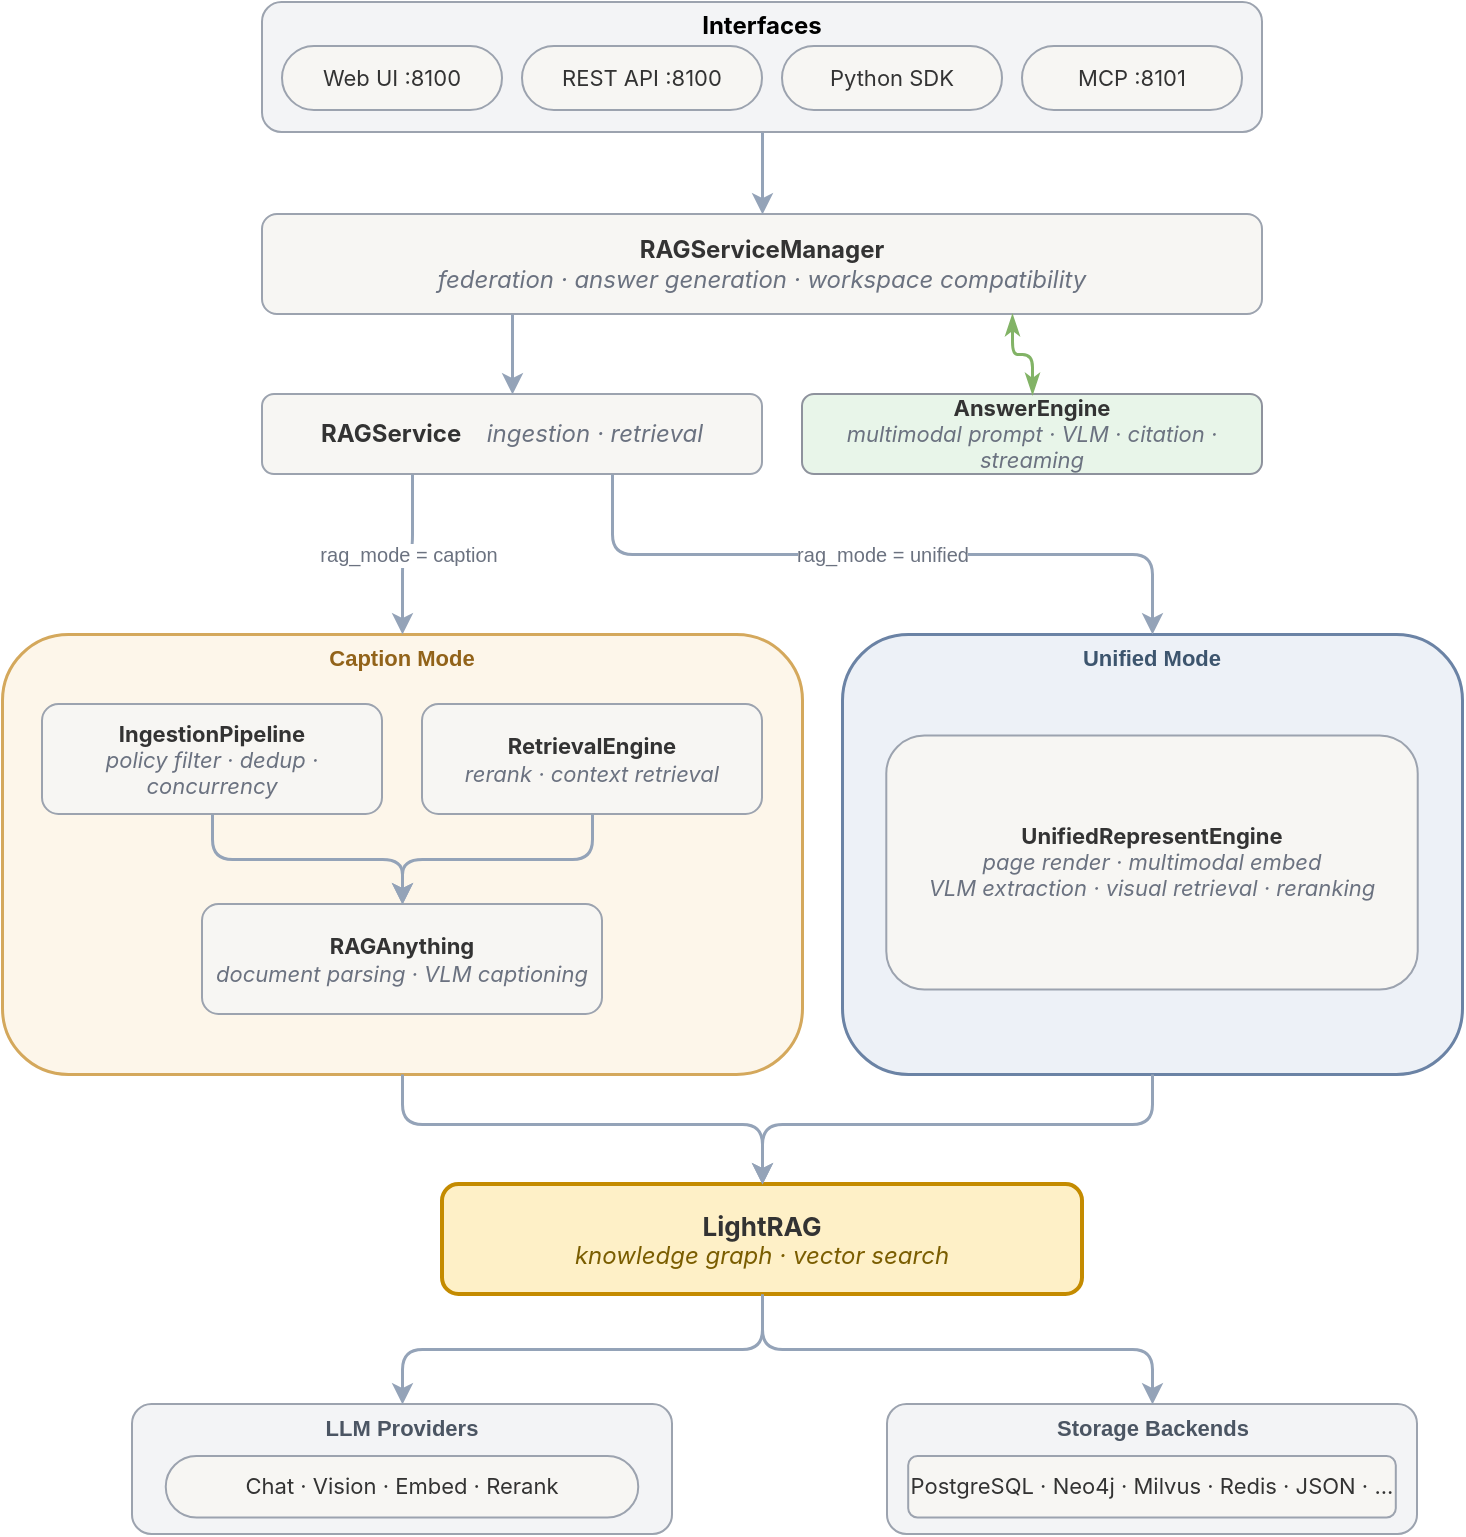
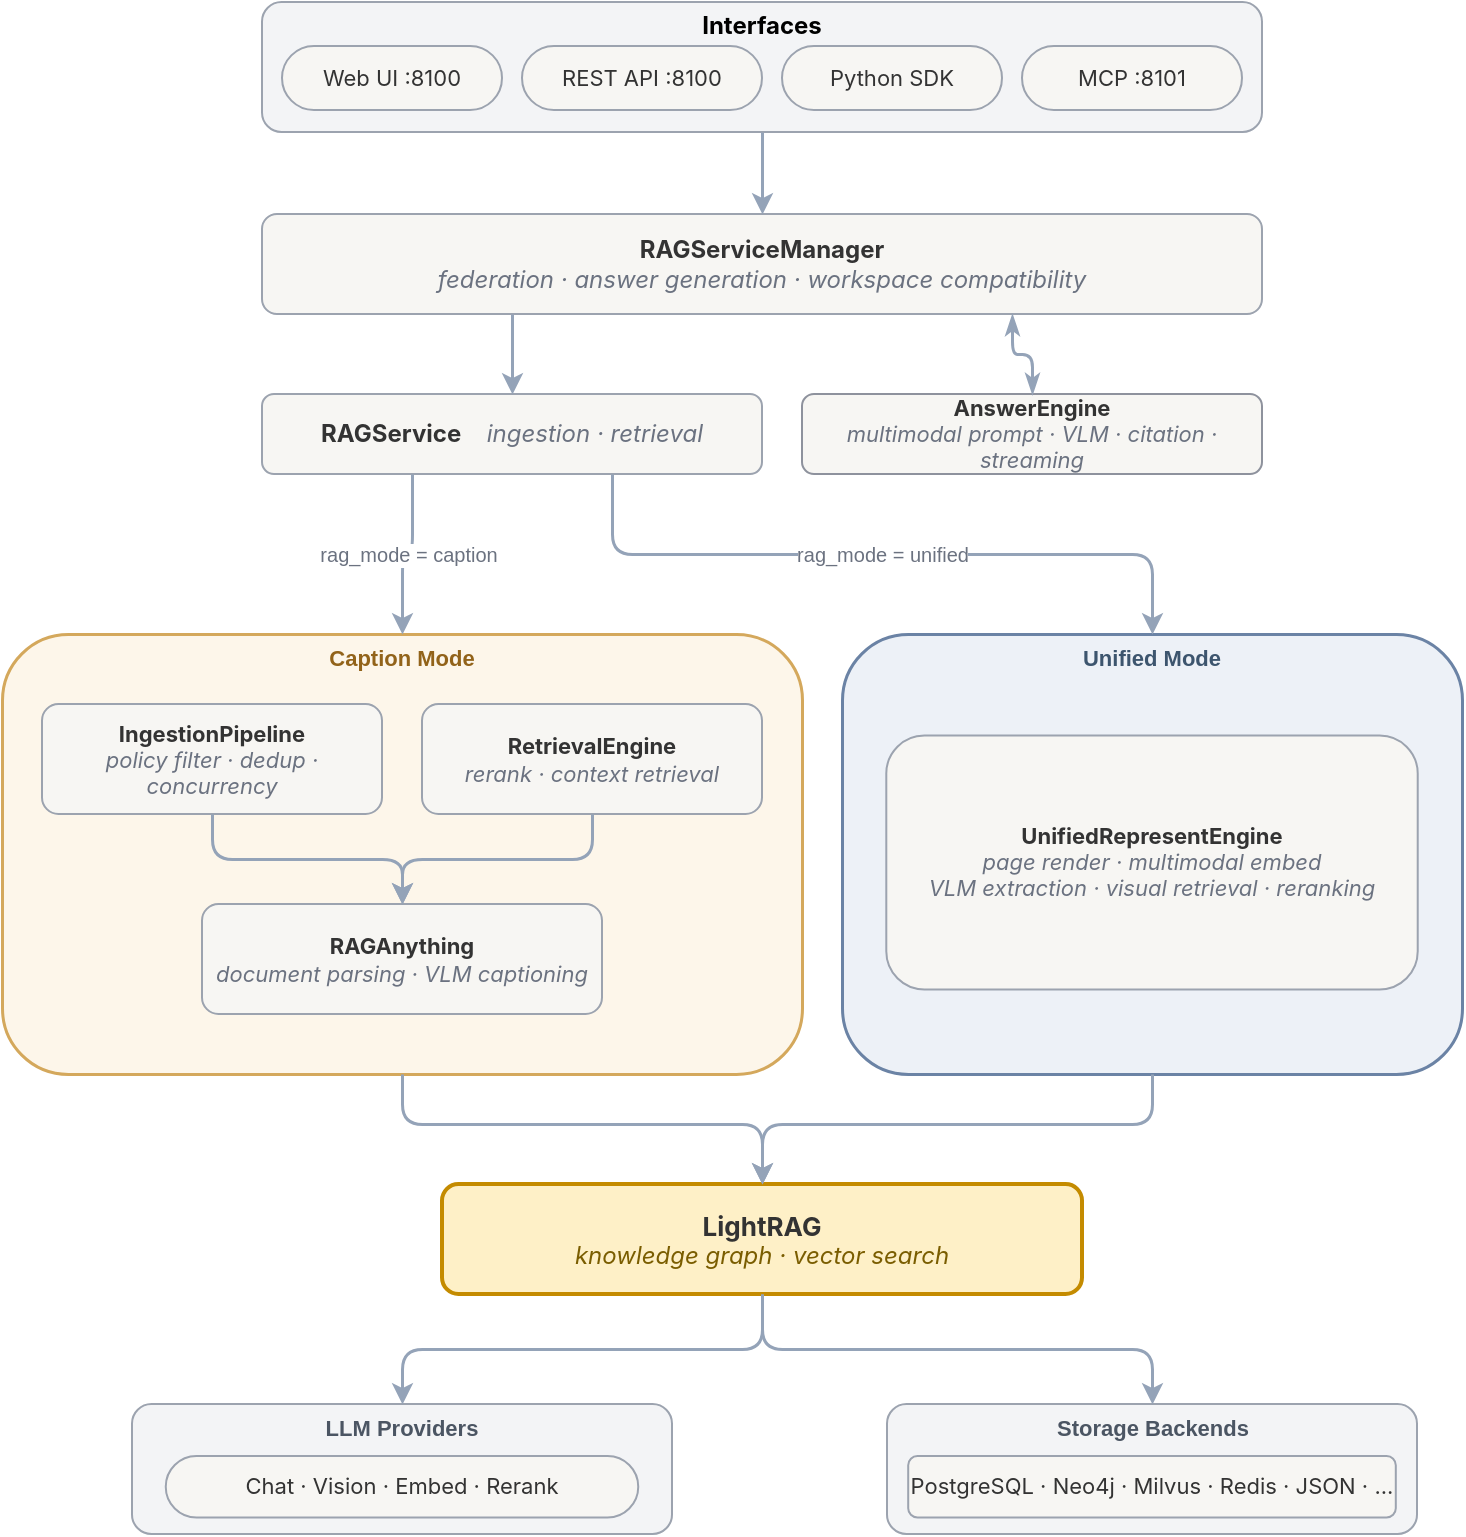
<mxfile host="Electron" agent="Mozilla/5.0 (Macintosh; Intel Mac OS X 10_15_7) AppleWebKit/537.36 (KHTML, like Gecko) draw.io/29.6.1 Chrome/142.0.7444.265 Electron/39.8.0 Safari/537.36" version="29.6.1">
  <diagram name="DlightRAG Architecture" id="arch">
-     <mxGraphModel dx="649" dy="822" grid="1" gridSize="10" guides="1" tooltips="1" connect="1" arrows="1" fold="1" page="0" pageScale="1" pageWidth="850" pageHeight="1100" math="0" shadow="0">
+     <mxGraphModel dx="949" dy="1016" grid="1" gridSize="10" guides="1" tooltips="1" connect="1" arrows="1" fold="1" page="0" pageScale="1" pageWidth="850" pageHeight="1100" math="0" shadow="0">
      <root>
        <mxCell id="0" />
        <mxCell id="1" parent="0" />
        <mxCell id="interfaces" parent="1" style="rounded=1;whiteSpace=wrap;html=1;fillColor=#f3f4f6;strokeColor=#9ca3af;strokeWidth=1;verticalAlign=top;spacingTop=-2;container=1;collapsible=0;fontColor=#4b5563;" value="&lt;font face=&quot;Inter&quot; style=&quot;color: rgb(0, 0, 0);&quot;&gt;&lt;b style=&quot;&quot;&gt;Interfaces&lt;/b&gt;&lt;/font&gt;" vertex="1">
          <mxGeometry height="65" width="500" x="200" y="-6" as="geometry" />
        </mxCell>
        <mxCell id="webui" parent="interfaces" style="rounded=1;whiteSpace=wrap;html=1;fillColor=#f7f6f3;strokeColor=#9ca3af;fontSize=11;fontFamily=Inter;arcSize=50;fontColor=#333333;" value="Web UI :8100" vertex="1">
          <mxGeometry height="32" width="110" x="10" y="22" as="geometry" />
        </mxCell>
        <mxCell id="rest" parent="interfaces" style="rounded=1;whiteSpace=wrap;html=1;fillColor=#f7f6f3;strokeColor=#9ca3af;fontSize=11;fontFamily=Inter;arcSize=50;fontColor=#333333;" value="REST API :8100" vertex="1">
          <mxGeometry height="32" width="120" x="130" y="22" as="geometry" />
        </mxCell>
        <mxCell id="sdk" parent="interfaces" style="rounded=1;whiteSpace=wrap;html=1;fillColor=#f7f6f3;strokeColor=#9ca3af;fontSize=11;fontFamily=Inter;arcSize=50;fontColor=#333333;" value="Python SDK" vertex="1">
          <mxGeometry height="32" width="110" x="260" y="22" as="geometry" />
        </mxCell>
        <mxCell id="mcp" parent="interfaces" style="rounded=1;whiteSpace=wrap;html=1;fillColor=#f7f6f3;strokeColor=#9ca3af;fontSize=11;fontFamily=Inter;arcSize=50;fontColor=#333333;" value="MCP :8101" vertex="1">
          <mxGeometry height="32" width="110" x="380" y="22" as="geometry" />
        </mxCell>
        <mxCell id="rsm" parent="1" style="rounded=1;whiteSpace=wrap;html=1;fillColor=#f7f6f3;strokeColor=#9ca3af;fontSize=12;fontFamily=Inter;fontColor=#333333;" value="&lt;b&gt;RAGServiceManager&lt;/b&gt;&lt;br&gt;&lt;i style=&#39;color:#6b7280&#39;&gt;federation · answer generation · workspace compatibility&lt;/i&gt;" vertex="1">
          <mxGeometry height="50" width="500" x="200" y="100" as="geometry" />
        </mxCell>
-         <mxCell id="ae" parent="1" style="rounded=1;whiteSpace=wrap;html=1;fillColor=light-dark(#e8f5e9, #f7f6f2);strokeColor=#8E929D;strokeWidth=1;fontSize=11;fontFamily=Inter;fontColor=#333333;" value="&lt;b&gt;AnswerEngine&lt;/b&gt;&lt;br&gt;&lt;i style=&quot;color:#6b7280&quot;&gt;multimodal prompt · VLM · citation · streaming&lt;/i&gt;" vertex="1">
+         <mxCell id="ae" parent="1" style="rounded=1;whiteSpace=wrap;html=1;fillColor=#F7F6F3;strokeColor=#8E929D;strokeWidth=1;fontSize=11;fontFamily=Inter;fontColor=#333333;" value="&lt;b&gt;AnswerEngine&lt;/b&gt;&lt;br&gt;&lt;i style=&quot;color:#6b7280&quot;&gt;multimodal prompt · VLM · citation · streaming&lt;/i&gt;" vertex="1">
          <mxGeometry height="40" width="230" x="470" y="190" as="geometry" />
        </mxCell>
        <mxCell id="rs" parent="1" style="rounded=1;whiteSpace=wrap;html=1;fillColor=#f7f6f3;strokeColor=#9ca3af;fontSize=12;fontFamily=Inter;fontColor=#333333;" value="&lt;b&gt;RAGService&lt;/b&gt; &amp;ensp; &lt;i style=&#39;color:#6b7280&#39;&gt;ingestion · retrieval&lt;/i&gt;" vertex="1">
          <mxGeometry height="40" width="250" x="200" y="190" as="geometry" />
        </mxCell>
        <mxCell id="caption" parent="1" style="rounded=1;whiteSpace=wrap;html=1;fillColor=#fdf6ea;strokeColor=#d4a85c;strokeWidth=1.5;verticalAlign=top;spacingTop=-2;container=1;collapsible=0;fontColor=#92631a;" value="&lt;b style=&#39;font-size:11px;color:#92631a&#39;&gt;Caption Mode&lt;/b&gt;" vertex="1">
          <mxGeometry height="220" width="400" x="70" y="310" as="geometry" />
        </mxCell>
        <mxCell id="ip" parent="caption" style="rounded=1;whiteSpace=wrap;html=1;fillColor=#f7f6f3;strokeColor=#9ca3af;fontSize=11;fontFamily=Inter;fontColor=#333333;" value="&lt;b&gt;IngestionPipeline&lt;/b&gt;&lt;br&gt;&lt;i style=&#39;color:#6b7280&#39;&gt;policy filter · dedup · concurrency&lt;/i&gt;" vertex="1">
          <mxGeometry height="55" width="170" x="20" y="35" as="geometry" />
        </mxCell>
        <mxCell id="re" parent="caption" style="rounded=1;whiteSpace=wrap;html=1;fillColor=#f7f6f3;strokeColor=#9ca3af;fontSize=11;fontFamily=Inter;fontColor=#333333;" value="&lt;b&gt;RetrievalEngine&lt;/b&gt;&lt;br&gt;&lt;i style=&#39;color:#6b7280&#39;&gt;rerank · context retrieval&lt;/i&gt;" vertex="1">
          <mxGeometry height="55" width="170" x="210" y="35" as="geometry" />
        </mxCell>
        <mxCell id="ra" parent="caption" style="rounded=1;whiteSpace=wrap;html=1;fillColor=#f7f6f3;strokeColor=#9ca3af;fontSize=11;fontFamily=Inter;fontColor=#333333;" value="&lt;b&gt;RAGAnything&lt;/b&gt;&lt;br&gt;&lt;i style=&#39;color:#6b7280&#39;&gt;document parsing · VLM captioning&lt;/i&gt;" vertex="1">
          <mxGeometry height="55" width="200" x="100" y="135" as="geometry" />
        </mxCell>
        <mxCell id="e5" edge="1" parent="caption" source="ip" style="edgeStyle=orthogonalEdgeStyle;rounded=1;orthogonalLoop=1;jettySize=auto;html=1;strokeColor=#94a3b8;strokeWidth=1.5;exitX=0.5;exitY=1;exitDx=0;exitDy=0;entryX=0.5;entryY=0;entryDx=0;entryDy=0;" target="ra">
          <mxGeometry relative="1" as="geometry" />
        </mxCell>
        <mxCell id="e6" edge="1" parent="caption" source="re" style="edgeStyle=orthogonalEdgeStyle;rounded=1;orthogonalLoop=1;jettySize=auto;html=1;strokeColor=#94a3b8;strokeWidth=1.5;exitX=0.5;exitY=1;exitDx=0;exitDy=0;entryX=0.5;entryY=0;entryDx=0;entryDy=0;" target="ra">
          <mxGeometry relative="1" as="geometry" />
        </mxCell>
        <mxCell id="unified" parent="1" style="rounded=1;whiteSpace=wrap;html=1;fillColor=#edf1f7;strokeColor=#6b83a5;strokeWidth=1.5;verticalAlign=top;spacingTop=-2;container=1;collapsible=0;fontColor=#3d556e;" value="&lt;b style=&#39;font-size:11px;color:#3d556e&#39;&gt;Unified Mode&lt;/b&gt;" vertex="1">
          <mxGeometry height="220" width="310" x="490" y="310" as="geometry" />
        </mxCell>
        <mxCell id="ure" parent="unified" style="rounded=1;whiteSpace=wrap;html=1;fillColor=#f7f6f3;strokeColor=#9ca3af;fontSize=11;fontFamily=Inter;fontColor=#333333;" value="&lt;b&gt;UnifiedRepresentEngine&lt;/b&gt;&lt;br&gt;&lt;i style=&#39;color:#6b7280&#39;&gt;page render · multimodal embed&lt;br&gt;VLM extraction · visual retrieval · reranking&lt;/i&gt;" vertex="1">
          <mxGeometry height="126.9230769230769" width="265.7142857142857" x="22.142857142857146" y="50.76923076923077" as="geometry" />
        </mxCell>
        <mxCell id="lr" parent="1" style="rounded=1;whiteSpace=wrap;html=1;fillColor=#fef0c7;strokeColor=#c48b00;strokeWidth=2;fontSize=12;fontFamily=Inter;fontColor=#333333;" value="&lt;b style=&#39;font-size:13px&#39;&gt;LightRAG&lt;/b&gt;&lt;br&gt;&lt;i style=&#39;color:#7a5d00&#39;&gt;knowledge graph · vector search&lt;/i&gt;" vertex="1">
          <mxGeometry height="55" width="320" x="290" y="585" as="geometry" />
        </mxCell>
        <mxCell id="providers" parent="1" style="rounded=1;whiteSpace=wrap;html=1;fillColor=#f3f4f6;strokeColor=#9ca3af;strokeWidth=1;verticalAlign=top;spacingTop=-2;container=1;collapsible=0;fontColor=#4b5563;" value="&lt;b style=&#39;font-size:11px;color:#4b5563&#39;&gt;LLM Providers&lt;/b&gt;" vertex="1">
          <mxGeometry height="65" width="270" x="135" y="695" as="geometry" />
        </mxCell>
        <mxCell id="p" parent="providers" style="rounded=1;whiteSpace=wrap;html=1;fillColor=#f7f6f3;strokeColor=#9ca3af;fontSize=11;fontFamily=Inter;arcSize=50;fontColor=#333333;" value="Chat · Vision · Embed · Rerank" vertex="1">
          <mxGeometry height="30.72727272727273" width="236.25" x="16.875" y="26" as="geometry" />
        </mxCell>
        <mxCell id="storage" parent="1" style="rounded=1;whiteSpace=wrap;html=1;fillColor=#f3f4f6;strokeColor=#9ca3af;strokeWidth=1;verticalAlign=top;spacingTop=-2;container=1;collapsible=0;fontColor=#4b5563;" value="&lt;b style=&#39;font-size:11px;color:#4b5563&#39;&gt;Storage Backends&lt;/b&gt;" vertex="1">
          <mxGeometry height="65" width="265" x="512.5" y="695" as="geometry" />
        </mxCell>
        <mxCell id="s" parent="storage" style="rounded=1;whiteSpace=wrap;html=1;fillColor=#f7f6f3;strokeColor=#9ca3af;fontSize=11;fontFamily=Inter;fontColor=#333333;" value="PostgreSQL · Neo4j · Milvus · Redis · JSON · ..." vertex="1">
          <mxGeometry height="30.72727272727273" width="243.8" x="10.600000000000001" y="26" as="geometry" />
        </mxCell>
        <mxCell id="e1" edge="1" parent="1" source="interfaces" style="edgeStyle=orthogonalEdgeStyle;rounded=1;orthogonalLoop=1;jettySize=auto;html=1;strokeColor=#94a3b8;strokeWidth=1.5;exitX=0.5;exitY=1;exitDx=0;exitDy=0;entryX=0.5;entryY=0;entryDx=0;entryDy=0;" target="rsm">
          <mxGeometry relative="1" as="geometry" />
        </mxCell>
        <mxCell id="e2" edge="1" parent="1" source="rsm" style="edgeStyle=orthogonalEdgeStyle;rounded=1;orthogonalLoop=1;jettySize=auto;html=1;strokeColor=#94a3b8;strokeWidth=1.5;exitX=0.25;exitY=1;exitDx=0;exitDy=0;entryX=0.5;entryY=0;entryDx=0;entryDy=0;" target="rs">
          <mxGeometry relative="1" as="geometry" />
        </mxCell>
        <mxCell id="e3" edge="1" parent="1" source="rs" style="edgeStyle=orthogonalEdgeStyle;rounded=1;orthogonalLoop=1;jettySize=auto;html=1;strokeColor=#94a3b8;strokeWidth=1.5;fontSize=10;fontColor=#6b7280;exitX=0.3;exitY=1;exitDx=0;exitDy=0;entryX=0.5;entryY=0;entryDx=0;entryDy=0;" target="caption" value="rag_mode = caption">
          <mxGeometry relative="1" as="geometry" />
        </mxCell>
        <mxCell id="e4" edge="1" parent="1" source="rs" style="edgeStyle=orthogonalEdgeStyle;rounded=1;orthogonalLoop=1;jettySize=auto;html=1;strokeColor=#94a3b8;strokeWidth=1.5;fontSize=10;fontColor=#6b7280;exitX=0.7;exitY=1;exitDx=0;exitDy=0;entryX=0.5;entryY=0;entryDx=0;entryDy=0;" target="unified" value="rag_mode = unified">
          <mxGeometry relative="1" as="geometry" />
        </mxCell>
        <mxCell id="e7" edge="1" parent="1" source="caption" style="edgeStyle=orthogonalEdgeStyle;rounded=1;orthogonalLoop=1;jettySize=auto;html=1;strokeColor=#94a3b8;strokeWidth=1.5;exitX=0.5;exitY=1;exitDx=0;exitDy=0;entryX=0.5;entryY=0;entryDx=0;entryDy=0;" target="lr">
          <mxGeometry relative="1" as="geometry">
            <Array as="points">
              <mxPoint x="270" y="555" />
              <mxPoint x="450" y="555" />
            </Array>
            <mxPoint x="280" y="535" as="sourcePoint" />
            <mxPoint x="420" y="580" as="targetPoint" />
          </mxGeometry>
        </mxCell>
        <mxCell id="e8" edge="1" parent="1" source="unified" style="edgeStyle=orthogonalEdgeStyle;rounded=1;orthogonalLoop=1;jettySize=auto;html=1;strokeColor=#94a3b8;strokeWidth=1.5;entryX=0.5;entryY=0;entryDx=0;entryDy=0;exitX=0.5;exitY=1;exitDx=0;exitDy=0;" target="lr">
          <mxGeometry relative="1" as="geometry">
            <Array as="points">
              <mxPoint x="645" y="555" />
              <mxPoint x="450" y="555" />
            </Array>
            <mxPoint x="660" y="530" as="sourcePoint" />
            <mxPoint x="450" y="580" as="targetPoint" />
          </mxGeometry>
        </mxCell>
        <mxCell id="e9" edge="1" parent="1" source="lr" style="edgeStyle=orthogonalEdgeStyle;rounded=1;orthogonalLoop=1;jettySize=auto;html=1;strokeColor=#94a3b8;strokeWidth=1.5;exitX=0.5;exitY=1;exitDx=0;exitDy=0;entryX=0.5;entryY=0;entryDx=0;entryDy=0;" target="providers">
          <mxGeometry relative="1" as="geometry" />
        </mxCell>
        <mxCell id="e10" edge="1" parent="1" source="lr" style="edgeStyle=orthogonalEdgeStyle;rounded=1;orthogonalLoop=1;jettySize=auto;html=1;strokeColor=#94a3b8;strokeWidth=1.5;exitX=0.5;exitY=1;exitDx=0;exitDy=0;entryX=0.5;entryY=0;entryDx=0;entryDy=0;" target="storage">
          <mxGeometry relative="1" as="geometry" />
        </mxCell>
-         <mxCell id="4" edge="1" parent="1" source="ae" style="endArrow=classicThin;startArrow=classicThin;html=1;entryX=0.75;entryY=1;entryDx=0;entryDy=0;exitX=0.5;exitY=0;exitDx=0;exitDy=0;edgeStyle=orthogonalEdgeStyle;fillColor=#d5e8d4;strokeColor=light-dark(#82b366, #88a7c0);startFill=1;endFill=1;rounded=1;curved=0;strokeWidth=1.5;" target="rsm" value="">
+         <mxCell id="4" edge="1" parent="1" source="ae" style="endArrow=classicThin;startArrow=classicThin;html=1;entryX=0.75;entryY=1;entryDx=0;entryDy=0;exitX=0.5;exitY=0;exitDx=0;exitDy=0;edgeStyle=orthogonalEdgeStyle;fillColor=#d5e8d4;strokeColor=#94A3B8;startFill=1;endFill=1;rounded=1;curved=0;strokeWidth=1.5;" target="rsm" value="">
          <mxGeometry height="50" relative="1" width="50" as="geometry">
            <mxPoint x="410" y="230" as="sourcePoint" />
            <mxPoint x="460" y="180" as="targetPoint" />
          </mxGeometry>
        </mxCell>
      </root>
    </mxGraphModel>
  </diagram>
</mxfile>
